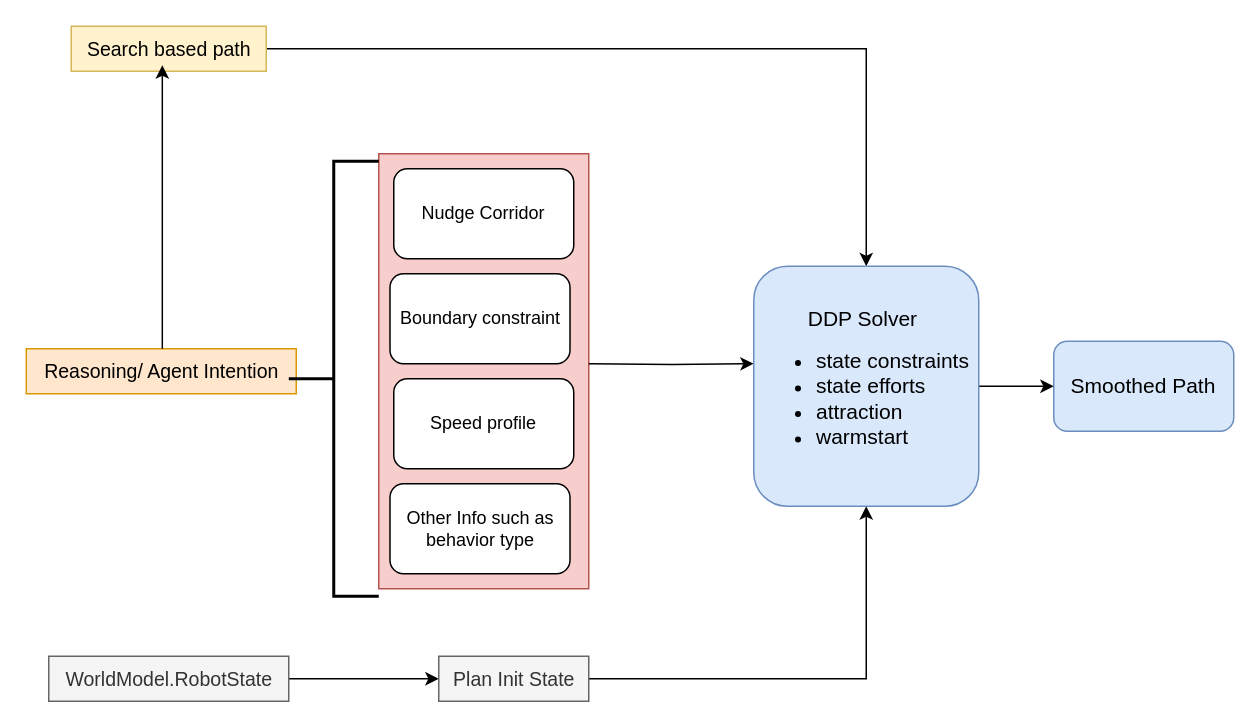
Above: ddp.drawio in CHH3213/diagrams_flow-chart (draw.io), before the change. Source tidied: cells renumbered, new cells numbered last; positions are measured from the earlier drawing's top-left corner, leaving out a move shared by most shapes. Both pictures are drawn from the tidied source at 150%, with x=0, y=0 at pixel (26, 26).
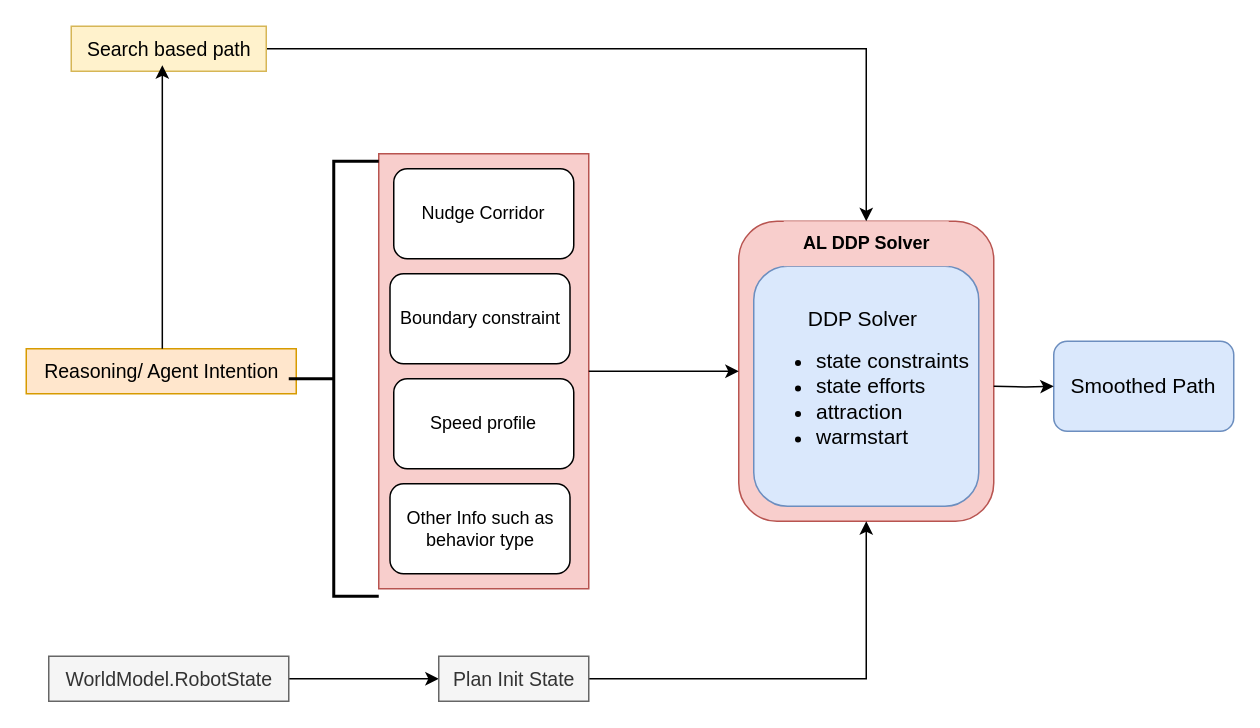
Above is the later version.

Unchanged cells that the change refers to:
```xml
<mxCell id="4" value="Search based path" style="text;html=1;align=center;verticalAlign=middle;points=[];strokeColor=#d6b656;fillColor=#fff2cc;fontSize=13;" parent="1" vertex="1">
  <mxGeometry x="30" width="130" height="30" as="geometry" />
</mxCell>
<mxCell id="8" value="Plan Init State" style="text;html=1;align=center;verticalAlign=middle;points=[];strokeColor=#666666;fillColor=#f5f5f5;fontColor=#333333;fontSize=13;" parent="1" vertex="1">
  <mxGeometry x="275" y="420" width="100" height="30" as="geometry" />
</mxCell>
<mxCell id="10" value="Smoothed Path" style="whiteSpace=wrap;html=1;align=center;rounded=1;fillColor=#dae8fc;strokeColor=#6c8ebf;fontSize=14;" parent="1" vertex="1">
  <mxGeometry x="685" y="210" width="120" height="60" as="geometry" />
</mxCell>
```

What changed in the source:
```diff
@@
+    <mxCell id="20" style="rounded=1;whiteSpace=wrap;html=1;fillColor=#f8cecc;strokeColor=#b85450;" parent="1" vertex="1">
+      <mxGeometry x="475" y="130" width="170" height="200" as="geometry" />
+    </mxCell>
@@
-    <mxCell id="3" style="edgeStyle=orthogonalEdgeStyle;rounded=0;jettySize=auto;html=1;" parent="1" edge="1" source="4" target="15">
+    <mxCell id="3" style="edgeStyle=orthogonalEdgeStyle;rounded=0;jettySize=auto;html=1;entryX=0.5;entryY=0;entryDx=0;entryDy=0;" parent="1" edge="1" source="4" target="20">
       <mxGeometry relative="1" as="geometry" />
     </mxCell>
@@
-    <mxCell id="7" style="edgeStyle=orthogonalEdgeStyle;rounded=0;jettySize=auto;html=1;entryX=0.5;entryY=1;entryDx=0;entryDy=0;" parent="1" edge="1" source="8" target="15">
+    <mxCell id="7" style="edgeStyle=orthogonalEdgeStyle;rounded=0;jettySize=auto;html=1;entryX=0.5;entryY=1;entryDx=0;entryDy=0;" parent="1" edge="1" source="8" target="20">
       <mxGeometry relative="1" as="geometry" />
     </mxCell>
@@
-    <mxCell id="11" style="edgeStyle=orthogonalEdgeStyle;rounded=0;jettySize=auto;html=1;" parent="1" edge="1" source="15" target="10">
-      <mxGeometry relative="1" as="geometry" />
+    <mxCell id="11" style="edgeStyle=orthogonalEdgeStyle;rounded=0;jettySize=auto;html=1;" parent="1" edge="1" target="10">
+      <mxGeometry relative="1" as="geometry">
+        <mxPoint x="645" y="240" as="sourcePoint" />
+      </mxGeometry>
     </mxCell>
@@
-    <mxCell id="14" style="edgeStyle=orthogonalEdgeStyle;rounded=0;jettySize=auto;html=1;entryX=0;entryY=0.406;entryDx=0;entryDy=0;entryPerimeter=0;" parent="1" edge="1" target="15">
-      <mxGeometry relative="1" as="geometry">
-        <mxPoint x="375" y="225" as="sourcePoint" />
-      </mxGeometry>
-    </mxCell>
-    <mxCell id="15" value="&lt;div style=&quot;text-align: center;&quot;&gt;&lt;font style=&quot;font-size: 14px;&quot;&gt;DDP Solver&lt;/font&gt;&lt;/div&gt;&lt;ul&gt;&lt;li&gt;&lt;span style=&quot;background-color: transparent; color: light-dark(rgb(0, 0, 0), rgb(255, 255, 255));&quot;&gt;&lt;font style=&quot;font-size: 14px;&quot;&gt;state constraints&lt;/font&gt;&lt;/span&gt;&lt;/li&gt;&lt;li&gt;&lt;font style=&quot;font-size: 14px;&quot;&gt;state efforts&lt;/font&gt;&lt;/li&gt;&lt;li&gt;&lt;font style=&quot;font-size: 14px;&quot;&gt;attraction&lt;/font&gt;&lt;/li&gt;&lt;li&gt;&lt;font style=&quot;font-size: 14px;&quot;&gt;warmstart&lt;/font&gt;&lt;/li&gt;&lt;/ul&gt;" style="rounded=1;whiteSpace=wrap;html=1;align=left;fillColor=#dae8fc;strokeColor=#6c8ebf;" parent="1" vertex="1">
+    <mxCell id="15" value="&lt;div style=&quot;text-align: center;&quot;&gt;&lt;span style=&quot;font-size: 14px; background-color: transparent; color: light-dark(rgb(0, 0, 0), rgb(255, 255, 255));&quot;&gt;DDP Solver&lt;/span&gt;&lt;/div&gt;&lt;ul&gt;&lt;li&gt;&lt;span style=&quot;background-color: transparent; color: light-dark(rgb(0, 0, 0), rgb(255, 255, 255));&quot;&gt;&lt;font style=&quot;font-size: 14px;&quot;&gt;state constraints&lt;/font&gt;&lt;/span&gt;&lt;/li&gt;&lt;li&gt;&lt;font style=&quot;font-size: 14px;&quot;&gt;state efforts&lt;/font&gt;&lt;/li&gt;&lt;li&gt;&lt;font style=&quot;font-size: 14px;&quot;&gt;attraction&lt;/font&gt;&lt;/li&gt;&lt;li&gt;&lt;font style=&quot;font-size: 14px;&quot;&gt;warmstart&lt;/font&gt;&lt;/li&gt;&lt;/ul&gt;" style="rounded=1;whiteSpace=wrap;html=1;align=left;fillColor=#dae8fc;strokeColor=#6c8ebf;" parent="1" vertex="1">
       <mxGeometry x="485" y="160" width="150" height="160" as="geometry" />
     </mxCell>
@@
+    <mxCell id="21" value="&lt;b&gt;AL DDP Solver&lt;/b&gt;" style="text;html=1;align=center;verticalAlign=middle;strokeColor=none;fillColor=#f8cecc;" parent="1" vertex="1">
+      <mxGeometry x="505" y="130" width="110" height="30" as="geometry" />
+    </mxCell>
+    <mxCell id="22" style="endArrow=classic;html=1;rounded=0;entryX=0;entryY=0.5;entryDx=0;entryDy=0;" parent="1" edge="1" target="20">
+      <mxGeometry relative="1" as="geometry">
+        <mxPoint x="375" y="230" as="sourcePoint" />
+      </mxGeometry>
+    </mxCell>
```
